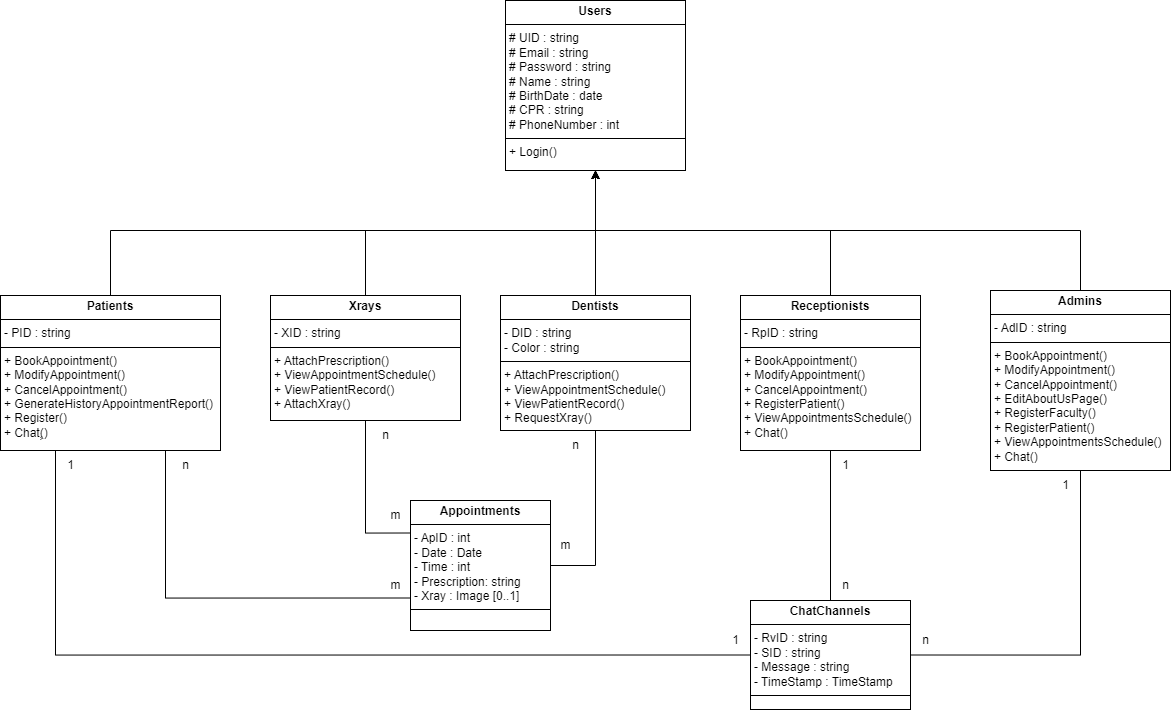
This is Design/Class Diagram.png from MohamedIsa/Dental-Clinic-System, a draw.io export, as it was before one commit. Source tidied: cells renumbered, new cells last; positions are measured from the earlier drawing's top-left corner, leaving out a move shared by most shapes.
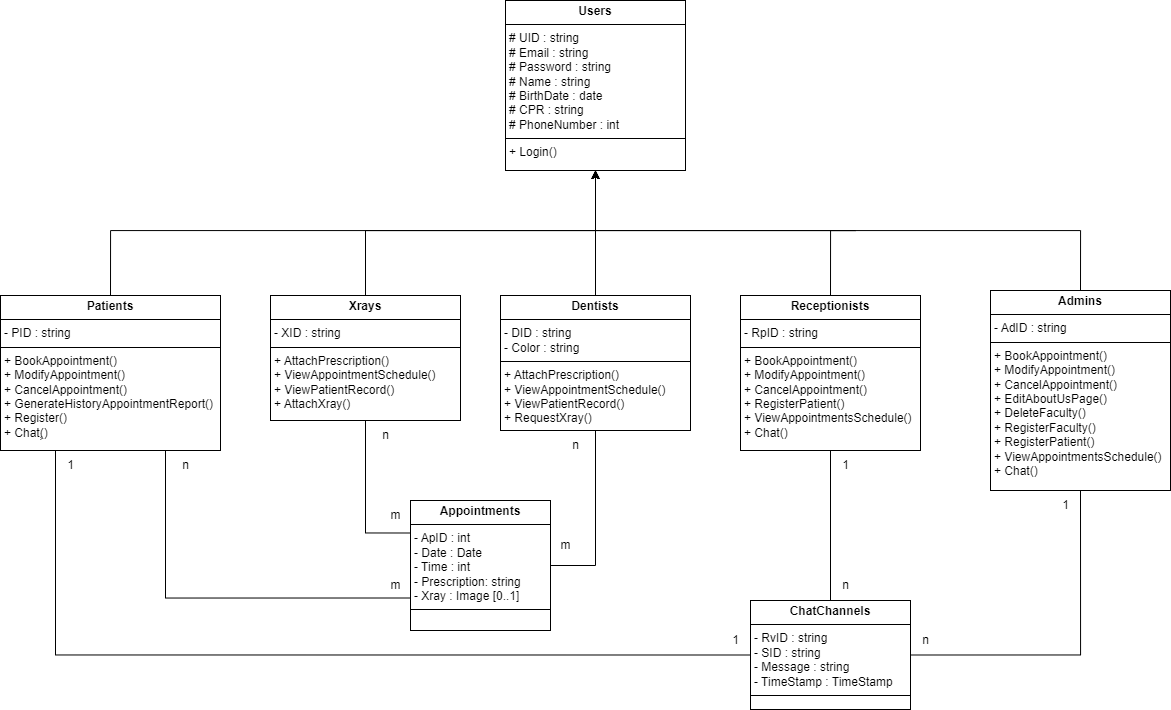
Above is the later version.

What changed in the source:
```diff
@@ -30,8 +30,8 @@
         </Array>
       </mxGeometry>
     </mxCell>
-    <mxCell id="8" value="&lt;p style=&quot;margin:0px;margin-top:4px;text-align:center;&quot;&gt;&lt;b&gt;Admins&lt;/b&gt;&lt;br&gt;&lt;/p&gt;&lt;hr size=&quot;1&quot; style=&quot;border-style:solid;&quot;&gt;&lt;p style=&quot;margin: 0px 0px 0px 4px;&quot;&gt;- AdID : string&lt;br&gt;&lt;/p&gt;&lt;hr size=&quot;1&quot; style=&quot;border-style:solid;&quot;&gt;&lt;p style=&quot;margin:0px;margin-left:4px;&quot;&gt;+ BookAppointment()&lt;span style=&quot;background-color: initial;&quot;&gt;&lt;br&gt;&lt;/span&gt;&lt;/p&gt;&lt;p style=&quot;margin:0px;margin-left:4px;&quot;&gt;+ ModifyAppointment()&lt;/p&gt;&lt;p style=&quot;margin:0px;margin-left:4px;&quot;&gt;&lt;span style=&quot;background-color: initial;&quot;&gt;+ CancelAppointment()&lt;/span&gt;&lt;/p&gt;&lt;p style=&quot;margin:0px;margin-left:4px;&quot;&gt;+ EditAboutUsPage()&lt;/p&gt;&lt;p style=&quot;margin:0px;margin-left:4px;&quot;&gt;+ RegisterFaculty()&lt;/p&gt;&lt;p style=&quot;margin:0px;margin-left:4px;&quot;&gt;+ RegisterPatient()&lt;br&gt;&lt;/p&gt;&lt;p style=&quot;margin:0px;margin-left:4px;&quot;&gt;+ ViewAppointmentsSchedule()&lt;/p&gt;&lt;p style=&quot;margin:0px;margin-left:4px;&quot;&gt;+ Chat()&lt;/p&gt;" style="verticalAlign=top;align=left;overflow=fill;html=1;whiteSpace=wrap;" parent="1" vertex="1">
-      <mxGeometry x="990" y="290" width="180" height="180" as="geometry" />
+    <mxCell id="8" value="&lt;p style=&quot;margin:0px;margin-top:4px;text-align:center;&quot;&gt;&lt;b&gt;Admins&lt;/b&gt;&lt;br&gt;&lt;/p&gt;&lt;hr size=&quot;1&quot; style=&quot;border-style:solid;&quot;&gt;&lt;p style=&quot;margin: 0px 0px 0px 4px;&quot;&gt;- AdID : string&lt;br&gt;&lt;/p&gt;&lt;hr size=&quot;1&quot; style=&quot;border-style:solid;&quot;&gt;&lt;p style=&quot;margin:0px;margin-left:4px;&quot;&gt;+ BookAppointment()&lt;span style=&quot;background-color: initial;&quot;&gt;&lt;br&gt;&lt;/span&gt;&lt;/p&gt;&lt;p style=&quot;margin:0px;margin-left:4px;&quot;&gt;+ ModifyAppointment()&lt;/p&gt;&lt;p style=&quot;margin:0px;margin-left:4px;&quot;&gt;&lt;span style=&quot;background-color: initial;&quot;&gt;+ CancelAppointment()&lt;/span&gt;&lt;/p&gt;&lt;p style=&quot;margin:0px;margin-left:4px;&quot;&gt;+ EditAboutUsPage()&lt;/p&gt;&lt;p style=&quot;margin:0px;margin-left:4px;&quot;&gt;+ DeleteFaculty()&lt;/p&gt;&lt;p style=&quot;margin:0px;margin-left:4px;&quot;&gt;+ RegisterFaculty()&lt;/p&gt;&lt;p style=&quot;margin:0px;margin-left:4px;&quot;&gt;+ RegisterPatient()&lt;br&gt;&lt;/p&gt;&lt;p style=&quot;margin:0px;margin-left:4px;&quot;&gt;+ ViewAppointmentsSchedule()&lt;/p&gt;&lt;p style=&quot;margin:0px;margin-left:4px;&quot;&gt;+ Chat()&lt;/p&gt;" style="verticalAlign=top;align=left;overflow=fill;html=1;whiteSpace=wrap;" parent="1" vertex="1">
+      <mxGeometry x="990" y="290" width="180" height="200" as="geometry" />
     </mxCell>
     <mxCell id="9" value="&lt;p style=&quot;margin:0px;margin-top:4px;text-align:center;&quot;&gt;&lt;b&gt;Appointments&lt;/b&gt;&lt;/p&gt;&lt;hr size=&quot;1&quot; style=&quot;border-style:solid;&quot;&gt;&lt;p style=&quot;margin:0px;margin-left:4px;&quot;&gt;- ApID : int&lt;/p&gt;&lt;p style=&quot;margin:0px;margin-left:4px;&quot;&gt;- Date : Date&lt;/p&gt;&lt;p style=&quot;margin:0px;margin-left:4px;&quot;&gt;- Time : int&lt;/p&gt;&lt;p style=&quot;margin: 0px 0px 0px 4px;&quot;&gt;- Prescription: string&lt;/p&gt;&lt;p style=&quot;margin: 0px 0px 0px 4px;&quot;&gt;&lt;span style=&quot;background-color: initial;&quot;&gt;- Xray : Image [0..1]&lt;/span&gt;&lt;/p&gt;&lt;hr size=&quot;1&quot; style=&quot;border-style:solid;&quot;&gt;&lt;p style=&quot;margin:0px;margin-left:4px;&quot;&gt;&lt;br&gt;&lt;/p&gt;" style="verticalAlign=top;align=left;overflow=fill;html=1;whiteSpace=wrap;" parent="1" vertex="1">
       <mxGeometry x="410" y="500" width="140" height="130" as="geometry" />
@@ -99,7 +99,7 @@
       <mxGeometry x="910" y="625" width="30" height="30" as="geometry" />
     </mxCell>
     <mxCell id="26" value="1" style="text;html=1;align=center;verticalAlign=middle;strokeColor=none;fillColor=none;" parent="1" vertex="1">
-      <mxGeometry x="1050" y="470" width="30" height="30" as="geometry" />
+      <mxGeometry x="1050" y="490" width="30" height="30" as="geometry" />
     </mxCell>
     <mxCell id="27" style="endArrow=none;html=1;rounded=0;exitX=0.5;exitY=1;exitDx=0;exitDy=0;entryX=0;entryY=0.25;entryDx=0;entryDy=0;edgeStyle=orthogonalEdgeStyle;" parent="1" edge="1" source="14" target="9">
       <mxGeometry relative="1" as="geometry" />
```
